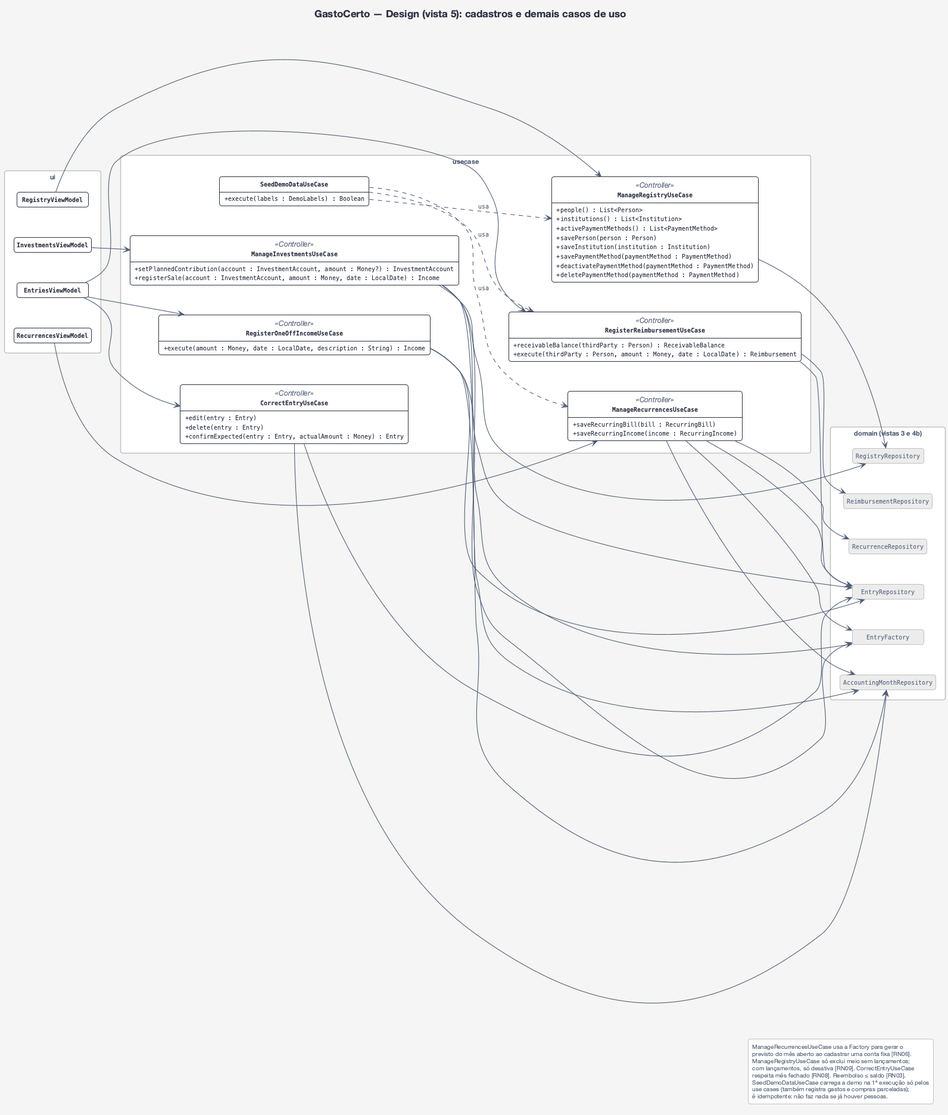
gabrielfbarbosa/gasto-certo keeps this PlantUML diagram as docs/uml/design-5-cadastros.png. Above is the earlier version.
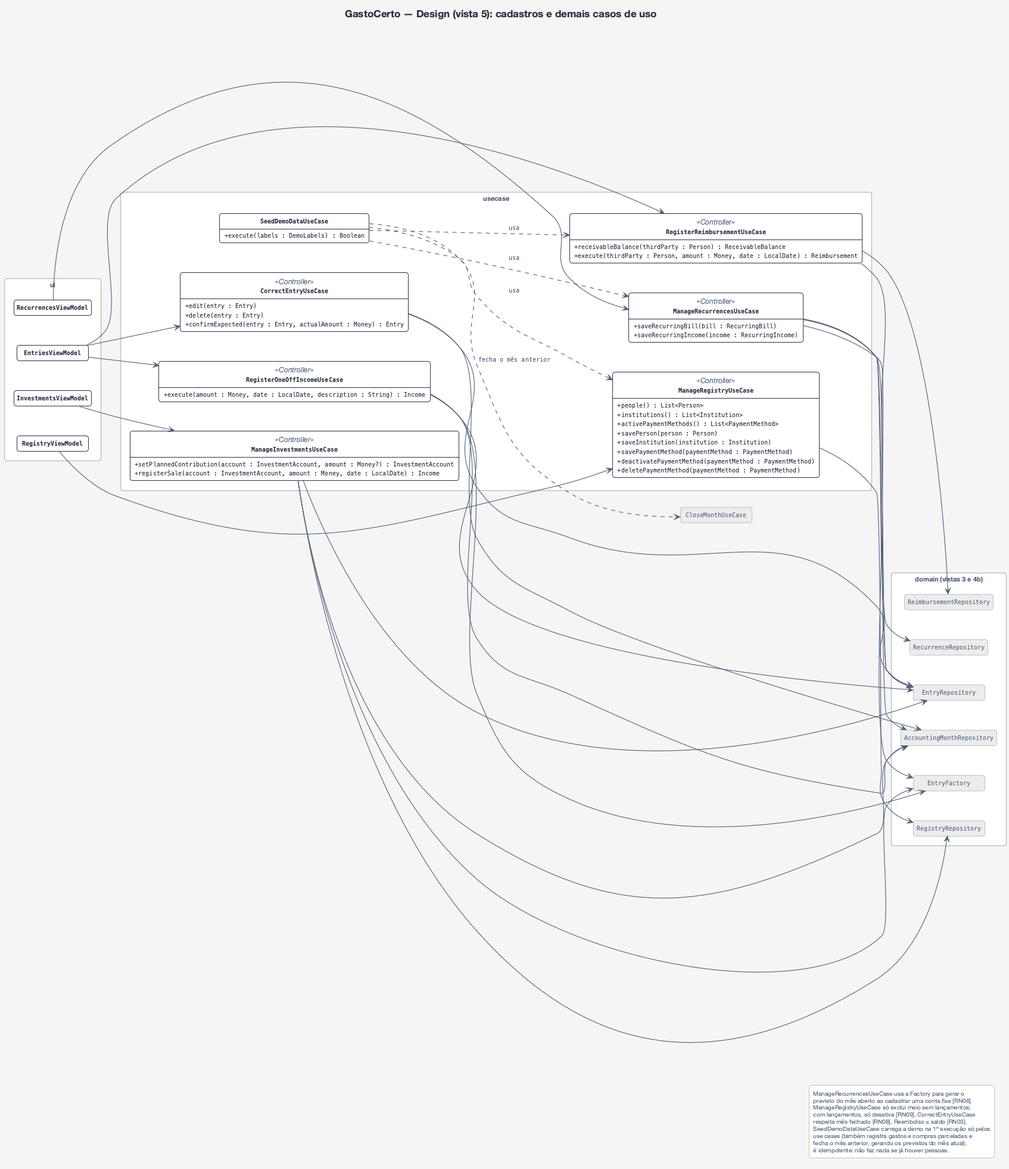
The same diagram one commit later.

Change to the diagram source:
```diff
@@ -57,6 +57,7 @@
   class ReimbursementRepository <<ref>>
   class EntryFactory <<ref>>
 }
+class CloseMonthUseCase <<ref>>
 
 RegistryViewModel --> ManageRegistryUseCase
 RecurrencesViewModel --> ManageRecurrencesUseCase
@@ -83,6 +84,7 @@
 SeedDemoDataUseCase ..> ManageRegistryUseCase : usa
 SeedDemoDataUseCase ..> ManageRecurrencesUseCase : usa
 SeedDemoDataUseCase ..> RegisterReimbursementUseCase : usa
+SeedDemoDataUseCase ..> CloseMonthUseCase : fecha o mês anterior
 
 legend right
   ManageRecurrencesUseCase usa a Factory para gerar o
@@ -91,7 +93,8 @@
   com lançamentos, só desativa [RN09]. CorrectEntryUseCase
   respeita mês fechado [RN08]. Reembolso ≤ saldo [RN03].
   SeedDemoDataUseCase carrega a demo na 1ª execução só pelos
-  use cases (também registra gastos e compras parceladas);
+  use cases (também registra gastos e compras parceladas e
+  fecha o mês anterior, gerando os previstos do mês atual);
   é idempotente: não faz nada se já houver pessoas.
 endlegend
 @enduml
```
